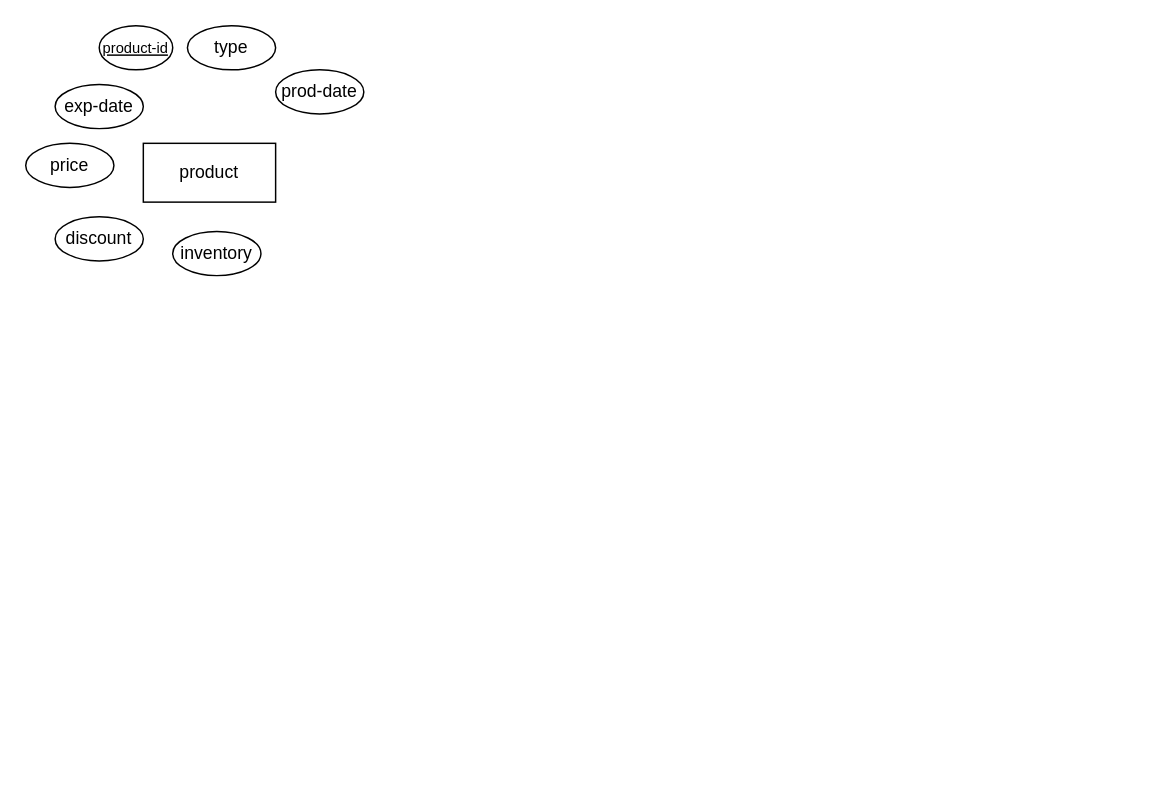
Above: Untitled Diagram.drawio in lywamr/discrete-fourie-transform-project (draw.io), before the change. Source tidied: cells renumbered, new cells numbered last; positions are measured from the earlier drawing's top-left corner, leaving out a move shared by most shapes. Both pictures are drawn from the tidied source at 147%, with x=0, y=0 at pixel (25, 25).
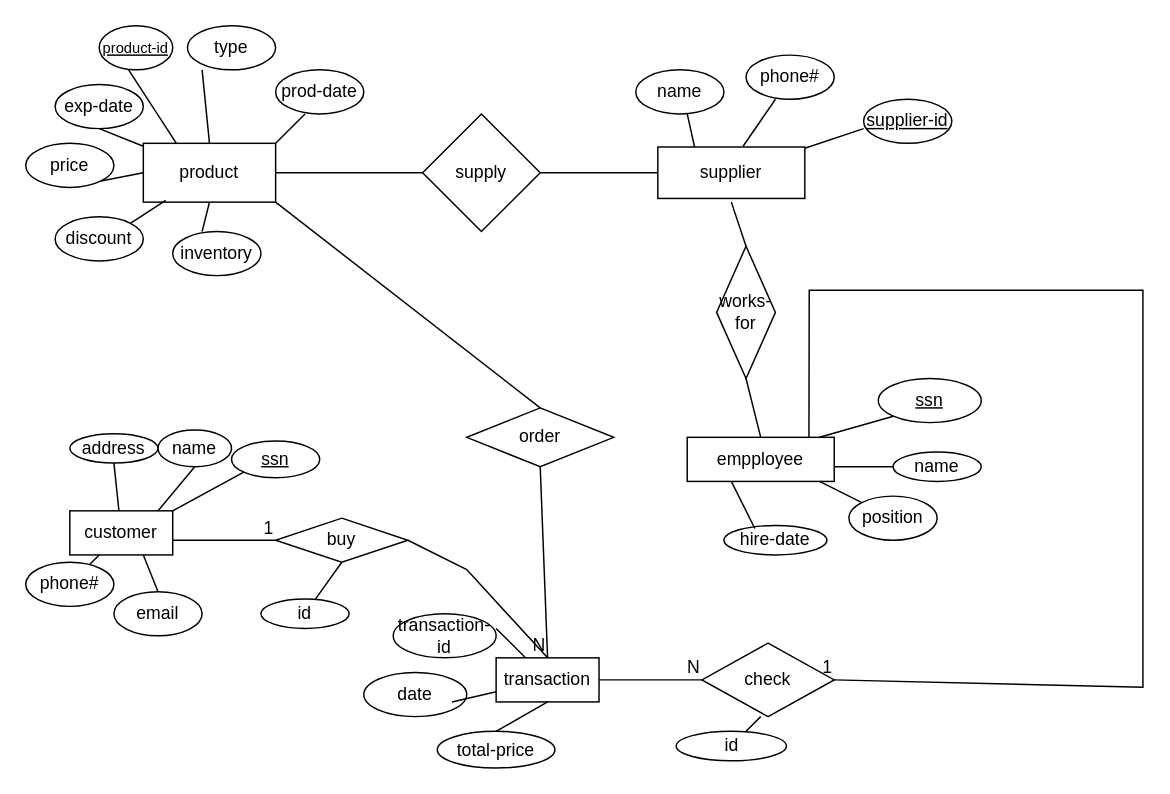
The same page after the edit.

Unchanged cells that the change refers to:
```xml
<mxCell id="2" value="product" style="rounded=0;whiteSpace=wrap;html=1;" parent="1" vertex="1">
  <mxGeometry x="80" y="80" width="90" height="40" as="geometry" />
</mxCell>
<mxCell id="7" value="discount" style="ellipse;whiteSpace=wrap;html=1;" parent="1" vertex="1">
  <mxGeometry x="20" y="130" width="60" height="30" as="geometry" />
</mxCell>
<mxCell id="8" value="price" style="ellipse;whiteSpace=wrap;html=1;" parent="1" vertex="1">
  <mxGeometry y="80" width="60" height="30" as="geometry" />
</mxCell>
```

The edit, as a diff of the source:
```diff
@@
+    <mxCell id="10" style="endArrow=none;html=1;rounded=0;exitX=1;exitY=0;exitDx=0;exitDy=0;" parent="1" edge="1" source="2">
+      <mxGeometry relative="1" as="geometry">
+        <mxPoint x="190" y="60" as="targetPoint" />
+      </mxGeometry>
+    </mxCell>
+    <mxCell id="11" style="endArrow=none;html=1;rounded=0;entryX=0.5;entryY=0;entryDx=0;entryDy=0;" parent="1" edge="1" target="2">
+      <mxGeometry relative="1" as="geometry">
+        <mxPoint x="120" y="30" as="sourcePoint" />
+      </mxGeometry>
+    </mxCell>
+    <mxCell id="12" style="endArrow=none;html=1;rounded=0;entryX=0.25;entryY=0;entryDx=0;entryDy=0;" parent="1" edge="1" target="2">
+      <mxGeometry relative="1" as="geometry">
+        <mxPoint x="70" y="30" as="sourcePoint" />
+      </mxGeometry>
+    </mxCell>
+    <mxCell id="13" style="endArrow=none;html=1;rounded=0;" parent="1" edge="1" target="2">
+      <mxGeometry relative="1" as="geometry">
+        <mxPoint x="50" y="70" as="sourcePoint" />
+      </mxGeometry>
+    </mxCell>
+    <mxCell id="14" style="endArrow=none;html=1;rounded=0;exitX=1;exitY=1;exitDx=0;exitDy=0;" parent="1" edge="1" source="8">
+      <mxGeometry relative="1" as="geometry">
+        <mxPoint x="80" y="100" as="targetPoint" />
+      </mxGeometry>
+    </mxCell>
+    <mxCell id="15" style="endArrow=none;html=1;rounded=0;entryX=0.169;entryY=0.97;entryDx=0;entryDy=0;entryPerimeter=0;exitX=1;exitY=0;exitDx=0;exitDy=0;" parent="1" edge="1" source="7" target="2">
+      <mxGeometry relative="1" as="geometry" />
+    </mxCell>
+    <mxCell id="16" style="endArrow=none;html=1;rounded=0;entryX=0.5;entryY=1;entryDx=0;entryDy=0;" parent="1" edge="1" target="2">
+      <mxGeometry relative="1" as="geometry">
+        <mxPoint x="120" y="140" as="sourcePoint" />
+      </mxGeometry>
+    </mxCell>
+    <mxCell id="17" style="endArrow=none;html=1;rounded=0;" parent="1" edge="1">
+      <mxGeometry relative="1" as="geometry">
+        <mxPoint x="170" y="100" as="sourcePoint" />
+        <mxPoint x="270" y="100" as="targetPoint" />
+      </mxGeometry>
+    </mxCell>
+    <mxCell id="18" value="supply" style="rhombus;whiteSpace=wrap;html=1;" parent="1" vertex="1">
+      <mxGeometry x="270" y="60" width="80" height="80" as="geometry" />
+    </mxCell>
+    <mxCell id="19" style="endArrow=none;html=1;rounded=0;" parent="1" edge="1">
+      <mxGeometry relative="1" as="geometry">
+        <mxPoint x="350" y="100" as="sourcePoint" />
+        <mxPoint x="430" y="100" as="targetPoint" />
+      </mxGeometry>
+    </mxCell>
+    <mxCell id="20" value="supplier" style="rounded=0;whiteSpace=wrap;html=1;" parent="1" vertex="1">
+      <mxGeometry x="430" y="82.5" width="100" height="35" as="geometry" />
+    </mxCell>
+    <mxCell id="21" value="&lt;u&gt;supplier-id&lt;/u&gt;" style="ellipse;whiteSpace=wrap;html=1;" parent="1" vertex="1">
+      <mxGeometry x="570" y="50" width="60" height="30" as="geometry" />
+    </mxCell>
+    <mxCell id="22" value="phone#" style="ellipse;whiteSpace=wrap;html=1;" parent="1" vertex="1">
+      <mxGeometry x="490" y="20" width="60" height="30" as="geometry" />
+    </mxCell>
+    <mxCell id="23" value="name" style="ellipse;whiteSpace=wrap;html=1;" parent="1" vertex="1">
+      <mxGeometry x="415" y="30" width="60" height="30" as="geometry" />
+    </mxCell>
+    <mxCell id="24" style="endArrow=none;html=1;rounded=0;entryX=0.25;entryY=0;entryDx=0;entryDy=0;" parent="1" edge="1" target="20">
+      <mxGeometry relative="1" as="geometry">
+        <mxPoint x="450" y="60" as="sourcePoint" />
+      </mxGeometry>
+    </mxCell>
+    <mxCell id="25" style="endArrow=none;html=1;rounded=0;entryX=0.58;entryY=-0.014;entryDx=0;entryDy=0;entryPerimeter=0;" parent="1" edge="1" target="20">
+      <mxGeometry relative="1" as="geometry">
+        <mxPoint x="510" y="50" as="sourcePoint" />
+      </mxGeometry>
+    </mxCell>
+    <mxCell id="26" style="endArrow=none;html=1;rounded=0;" parent="1" edge="1" target="20">
+      <mxGeometry relative="1" as="geometry">
+        <mxPoint x="570" y="70" as="sourcePoint" />
+      </mxGeometry>
+    </mxCell>
+    <mxCell id="27" value="works-for" style="shape=rhombus;perimeter=rhombusPerimeter;whiteSpace=wrap;html=1;align=center;direction=south;" parent="1" vertex="1">
+      <mxGeometry x="470" y="150" width="40" height="90" as="geometry" />
+    </mxCell>
+    <mxCell id="28" style="endArrow=none;html=1;rounded=0;entryX=0;entryY=0.5;entryDx=0;entryDy=0;" parent="1" edge="1" target="27">
+      <mxGeometry relative="1" as="geometry">
+        <mxPoint x="480" y="120" as="sourcePoint" />
+      </mxGeometry>
+    </mxCell>
+    <mxCell id="29" style="endArrow=none;html=1;rounded=0;" parent="1" edge="1">
+      <mxGeometry relative="1" as="geometry">
+        <mxPoint x="490" y="240" as="sourcePoint" />
+        <mxPoint x="500" y="280" as="targetPoint" />
+      </mxGeometry>
+    </mxCell>
+    <mxCell id="30" value="empployee" style="whiteSpace=wrap;html=1;align=center;" parent="1" vertex="1">
+      <mxGeometry x="450" y="280" width="100" height="30" as="geometry" />
+    </mxCell>
+    <mxCell id="31" value="ssn" style="ellipse;whiteSpace=wrap;html=1;align=center;fontStyle=4;" parent="1" vertex="1">
+      <mxGeometry x="580" y="240" width="70" height="30" as="geometry" />
+    </mxCell>
+    <mxCell id="32" style="endArrow=none;html=1;rounded=0;entryX=0;entryY=1;entryDx=0;entryDy=0;" parent="1" edge="1" target="31">
+      <mxGeometry relative="1" as="geometry">
+        <mxPoint x="540" y="280" as="sourcePoint" />
+      </mxGeometry>
+    </mxCell>
+    <mxCell id="33" value="hire-date" style="ellipse;whiteSpace=wrap;html=1;align=center;" parent="1" vertex="1">
+      <mxGeometry x="475" y="340" width="70" height="20" as="geometry" />
+    </mxCell>
+    <mxCell id="34" value="position" style="ellipse;whiteSpace=wrap;html=1;align=center;" parent="1" vertex="1">
+      <mxGeometry x="560" y="320" width="60" height="30" as="geometry" />
+    </mxCell>
+    <mxCell id="35" value="name" style="ellipse;whiteSpace=wrap;html=1;align=center;" parent="1" vertex="1">
+      <mxGeometry x="590" y="290" width="60" height="20" as="geometry" />
+    </mxCell>
+    <mxCell id="36" style="endArrow=none;html=1;rounded=0;entryX=0;entryY=0.5;entryDx=0;entryDy=0;" parent="1" edge="1" target="35">
+      <mxGeometry relative="1" as="geometry">
+        <mxPoint x="550" y="300" as="sourcePoint" />
+      </mxGeometry>
+    </mxCell>
+    <mxCell id="37" style="endArrow=none;html=1;rounded=0;" parent="1" edge="1" target="34">
+      <mxGeometry relative="1" as="geometry">
+        <mxPoint x="540" y="310" as="sourcePoint" />
+      </mxGeometry>
+    </mxCell>
+    <mxCell id="38" style="endArrow=none;html=1;rounded=0;entryX=0.3;entryY=0.1;entryDx=0;entryDy=0;entryPerimeter=0;" parent="1" edge="1" target="33">
+      <mxGeometry relative="1" as="geometry">
+        <mxPoint x="480" y="310" as="sourcePoint" />
+      </mxGeometry>
+    </mxCell>
+    <mxCell id="39" style="endArrow=none;html=1;rounded=0;exitX=0.828;exitY=0.013;exitDx=0;exitDy=0;exitPerimeter=0;entryX=1;entryY=0.5;entryDx=0;entryDy=0;" parent="1" edge="1" source="30" target="41">
+      <mxGeometry relative="1" as="geometry">
+        <Array as="points">
+          <mxPoint x="533" y="180" />
+          <mxPoint x="760" y="180" />
+          <mxPoint x="760" y="450" />
+        </Array>
+      </mxGeometry>
+    </mxCell>
+    <mxCell id="40" value="1" style="html=1;whiteSpace=wrap;align=right;verticalAlign=bottom;" parent="39" vertex="1">
+      <mxGeometry x="1" relative="1" as="geometry" />
+    </mxCell>
+    <mxCell id="41" value="check" style="shape=rhombus;perimeter=rhombusPerimeter;whiteSpace=wrap;html=1;align=center;" parent="1" vertex="1">
+      <mxGeometry x="460" y="420" width="90" height="50" as="geometry" />
+    </mxCell>
+    <mxCell id="42" value="id" style="ellipse;whiteSpace=wrap;html=1;align=center;" parent="1" vertex="1">
+      <mxGeometry x="442.5" y="480" width="75" height="20" as="geometry" />
+    </mxCell>
+    <mxCell id="43" style="endArrow=none;html=1;rounded=0;" parent="1" edge="1" target="42">
+      <mxGeometry relative="1" as="geometry">
+        <mxPoint x="500" y="470" as="sourcePoint" />
+      </mxGeometry>
+    </mxCell>
+    <mxCell id="44" style="endArrow=none;html=1;rounded=0;entryX=0;entryY=0.5;entryDx=0;entryDy=0;" parent="1" edge="1" target="41">
+      <mxGeometry relative="1" as="geometry">
+        <mxPoint x="390" y="445" as="sourcePoint" />
+      </mxGeometry>
+    </mxCell>
+    <mxCell id="45" value="N" style="html=1;whiteSpace=wrap;align=right;verticalAlign=bottom;" parent="44" vertex="1">
+      <mxGeometry x="1" relative="1" as="geometry" />
+    </mxCell>
+    <mxCell id="46" value="transaction" style="whiteSpace=wrap;html=1;align=center;" parent="1" vertex="1">
+      <mxGeometry x="320" y="430" width="70" height="30" as="geometry" />
+    </mxCell>
+    <mxCell id="47" style="endArrow=none;html=1;rounded=0;entryX=0.5;entryY=0;entryDx=0;entryDy=0;" parent="1" edge="1" target="46">
+      <mxGeometry relative="1" as="geometry">
+        <mxPoint x="350" y="300" as="sourcePoint" />
+      </mxGeometry>
+    </mxCell>
+    <mxCell id="48" value="order" style="shape=rhombus;perimeter=rhombusPerimeter;whiteSpace=wrap;html=1;align=center;" parent="1" vertex="1">
+      <mxGeometry x="300" y="260" width="100" height="40" as="geometry" />
+    </mxCell>
+    <mxCell id="49" style="endArrow=none;html=1;rounded=0;entryX=0.5;entryY=0;entryDx=0;entryDy=0;" parent="1" edge="1" target="48">
+      <mxGeometry relative="1" as="geometry">
+        <mxPoint x="170" y="120" as="sourcePoint" />
+      </mxGeometry>
+    </mxCell>
+    <mxCell id="50" value="transaction-id" style="ellipse;whiteSpace=wrap;html=1;align=center;" parent="1" vertex="1">
+      <mxGeometry x="250" y="400" width="70" height="30" as="geometry" />
+    </mxCell>
+    <mxCell id="51" value="date" style="ellipse;whiteSpace=wrap;html=1;align=center;" parent="1" vertex="1">
+      <mxGeometry x="230" y="440" width="70" height="30" as="geometry" />
+    </mxCell>
+    <mxCell id="52" value="total-price" style="ellipse;whiteSpace=wrap;html=1;align=center;" parent="1" vertex="1">
+      <mxGeometry x="280" y="480" width="80" height="25" as="geometry" />
+    </mxCell>
+    <mxCell id="53" style="endArrow=none;html=1;rounded=0;entryX=0.5;entryY=1;entryDx=0;entryDy=0;" parent="1" edge="1" target="46">
+      <mxGeometry relative="1" as="geometry">
+        <mxPoint x="320" y="480" as="sourcePoint" />
+      </mxGeometry>
+    </mxCell>
+    <mxCell id="54" style="endArrow=none;html=1;rounded=0;" parent="1" edge="1" target="46">
+      <mxGeometry relative="1" as="geometry">
+        <mxPoint x="290" y="460" as="sourcePoint" />
+      </mxGeometry>
+    </mxCell>
+    <mxCell id="55" style="endArrow=none;html=1;rounded=0;" parent="1" edge="1" target="46">
+      <mxGeometry relative="1" as="geometry">
+        <mxPoint x="320" y="410" as="sourcePoint" />
+      </mxGeometry>
+    </mxCell>
+    <mxCell id="56" style="endArrow=none;html=1;rounded=0;entryX=0.5;entryY=0;entryDx=0;entryDy=0;" parent="1" edge="1" target="46">
+      <mxGeometry relative="1" as="geometry">
+        <mxPoint x="260" y="350" as="sourcePoint" />
+        <Array as="points">
+          <mxPoint x="300" y="370" />
+        </Array>
+      </mxGeometry>
+    </mxCell>
+    <mxCell id="57" value="N" style="html=1;whiteSpace=wrap;align=right;verticalAlign=bottom;" parent="56" vertex="1">
+      <mxGeometry x="1" relative="1" as="geometry" />
+    </mxCell>
+    <mxCell id="58" value="buy" style="shape=rhombus;perimeter=rhombusPerimeter;whiteSpace=wrap;html=1;align=center;" parent="1" vertex="1">
+      <mxGeometry x="170" y="335" width="90" height="30" as="geometry" />
+    </mxCell>
+    <mxCell id="59" value="id" style="ellipse;whiteSpace=wrap;html=1;align=center;" parent="1" vertex="1">
+      <mxGeometry x="160" y="390" width="60" height="20" as="geometry" />
+    </mxCell>
+    <mxCell id="60" style="endArrow=none;html=1;rounded=0;exitX=0.5;exitY=1;exitDx=0;exitDy=0;" parent="1" edge="1" source="58" target="59">
+      <mxGeometry relative="1" as="geometry" />
+    </mxCell>
+    <mxCell id="61" style="endArrow=none;html=1;rounded=0;entryX=0;entryY=0.5;entryDx=0;entryDy=0;" parent="1" edge="1" target="58">
+      <mxGeometry relative="1" as="geometry">
+        <mxPoint x="100" y="350" as="sourcePoint" />
+      </mxGeometry>
+    </mxCell>
+    <mxCell id="62" value="1" style="html=1;whiteSpace=wrap;align=right;verticalAlign=bottom;" parent="61" vertex="1">
+      <mxGeometry x="1" relative="1" as="geometry" />
+    </mxCell>
+    <mxCell id="63" value="customer" style="whiteSpace=wrap;html=1;align=center;" parent="1" vertex="1">
+      <mxGeometry x="30" y="330" width="70" height="30" as="geometry" />
+    </mxCell>
+    <mxCell id="64" value="phone#" style="ellipse;whiteSpace=wrap;html=1;align=center;" parent="1" vertex="1">
+      <mxGeometry y="365" width="60" height="30" as="geometry" />
+    </mxCell>
+    <mxCell id="65" value="email" style="ellipse;whiteSpace=wrap;html=1;align=center;" parent="1" vertex="1">
+      <mxGeometry x="60" y="385" width="60" height="30" as="geometry" />
+    </mxCell>
+    <mxCell id="66" value="address" style="ellipse;whiteSpace=wrap;html=1;align=center;" parent="1" vertex="1">
+      <mxGeometry x="30" y="277.5" width="60" height="20" as="geometry" />
+    </mxCell>
+    <mxCell id="67" value="name" style="ellipse;whiteSpace=wrap;html=1;align=center;" parent="1" vertex="1">
+      <mxGeometry x="90" y="275" width="50" height="25" as="geometry" />
+    </mxCell>
+    <mxCell id="68" value="ssn" style="ellipse;whiteSpace=wrap;html=1;align=center;fontStyle=4;" parent="1" vertex="1">
+      <mxGeometry x="140" y="282.5" width="60" height="25" as="geometry" />
+    </mxCell>
+    <mxCell id="69" style="endArrow=none;html=1;rounded=0;entryX=0.5;entryY=1;entryDx=0;entryDy=0;" parent="1" edge="1" source="63" target="66">
+      <mxGeometry relative="1" as="geometry" />
+    </mxCell>
+    <mxCell id="70" style="endArrow=none;html=1;rounded=0;entryX=0.5;entryY=1;entryDx=0;entryDy=0;" parent="1" edge="1" target="67">
+      <mxGeometry relative="1" as="geometry">
+        <mxPoint x="90" y="330" as="sourcePoint" />
+      </mxGeometry>
+    </mxCell>
+    <mxCell id="71" style="endArrow=none;html=1;rounded=0;entryX=0;entryY=1;entryDx=0;entryDy=0;" parent="1" edge="1" target="68">
+      <mxGeometry relative="1" as="geometry">
+        <mxPoint x="100" y="330" as="sourcePoint" />
+      </mxGeometry>
+    </mxCell>
+    <mxCell id="72" style="endArrow=none;html=1;rounded=0;" parent="1" edge="1" target="64">
+      <mxGeometry relative="1" as="geometry">
+        <mxPoint x="50" y="360" as="sourcePoint" />
+      </mxGeometry>
+    </mxCell>
+    <mxCell id="73" style="endArrow=none;html=1;rounded=0;entryX=0.5;entryY=0;entryDx=0;entryDy=0;" parent="1" edge="1" target="65">
+      <mxGeometry relative="1" as="geometry">
+        <mxPoint x="80" y="360" as="sourcePoint" />
+      </mxGeometry>
+    </mxCell>
```
